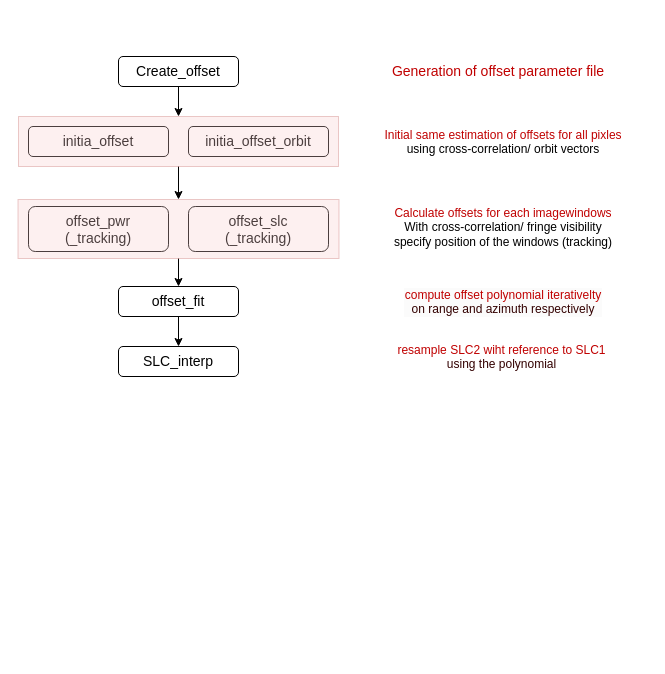
Earlier version of the draw.io diagram FlowChart/ISP_coregistration.drawio (LX850569127/DrawIO). Source tidied: cells renumbered, new cells numbered last; positions are measured from the earlier drawing's top-left corner, leaving out a move shared by most shapes. Both pictures are drawn from the tidied source at 100%, with x=0, y=0 at pixel (18, 56).
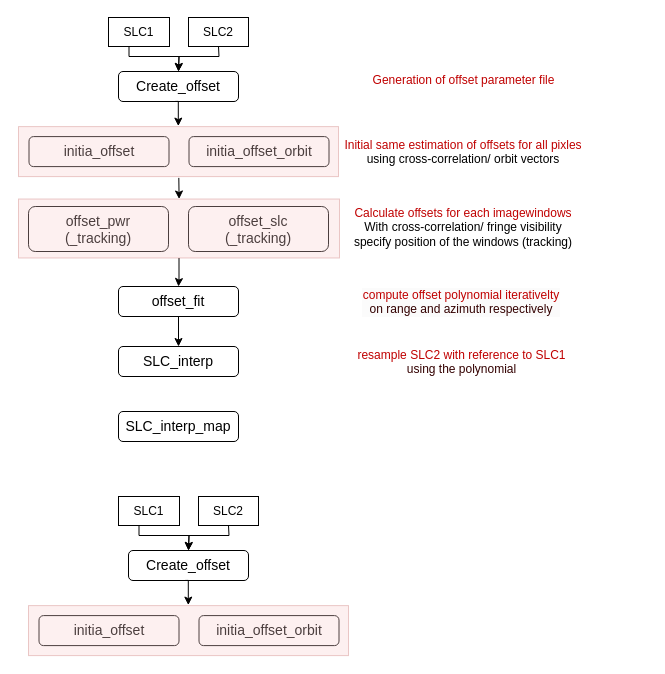
The same page after the edit.

Diff of the diagram source:
```diff
@@
-    <mxCell id="2" style="edgeStyle=orthogonalEdgeStyle;rounded=0;jettySize=auto;html=1;fontSize=14;" parent="1" edge="1" source="3" target="9">
-      <mxGeometry relative="1" as="geometry" />
-    </mxCell>
     <mxCell id="3" value="&lt;font style=&quot;font-size: 14px;&quot;&gt;Create_offset&lt;/font&gt;" style="rounded=1;whiteSpace=wrap;html=1;fontSize=14;" parent="1" vertex="1">
-      <mxGeometry x="100" width="120" height="30" as="geometry" />
+      <mxGeometry x="100" y="15" width="120" height="30" as="geometry" />
     </mxCell>
     <mxCell id="4" value="&lt;span style=&quot;font-size: 14px;&quot;&gt;initia_offset&lt;/span&gt;" style="rounded=1;whiteSpace=wrap;html=1;fontSize=14;" parent="1" vertex="1">
-      <mxGeometry x="10" y="70" width="140" height="30" as="geometry" />
+      <mxGeometry x="10.5" y="80.1" width="140" height="30" as="geometry" />
     </mxCell>
@@
     <mxCell id="6" value="&lt;span style=&quot;font-size: 14px;&quot;&gt;initia_offset_orbit&lt;/span&gt;" style="rounded=1;whiteSpace=wrap;html=1;fontSize=14;" parent="1" vertex="1">
-      <mxGeometry x="170" y="70" width="140" height="30" as="geometry" />
+      <mxGeometry x="170.5" y="80.1" width="140" height="30" as="geometry" />
     </mxCell>
@@
-    <mxCell id="8" style="edgeStyle=orthogonalEdgeStyle;rounded=0;jettySize=auto;html=1;" parent="1" edge="1" source="9" target="11">
-      <mxGeometry relative="1" as="geometry" />
-    </mxCell>
     <mxCell id="9" style="rounded=0;whiteSpace=wrap;html=1;fillColor=#f8cecc;strokeColor=#b85450;opacity=30;fontSize=14;" parent="1" vertex="1">
-      <mxGeometry y="60" width="320" height="50" as="geometry" />
+      <mxGeometry y="70.1" width="320" height="50" as="geometry" />
     </mxCell>
@@
     <mxCell id="11" style="rounded=0;whiteSpace=wrap;html=1;fillColor=#f8cecc;strokeColor=#b85450;opacity=30;fontSize=14;" parent="1" vertex="1">
-      <mxGeometry x="-0.5" y="143" width="321" height="59" as="geometry" />
+      <mxGeometry y="142.5" width="321" height="59" as="geometry" />
     </mxCell>
@@
-    <mxCell id="14" value="&lt;p style=&quot;language:en-CH;margin-top:0pt;margin-bottom:0pt;margin-left:0in;&lt;br/&gt;text-align:left;direction:ltr;unicode-bidi:embed;mso-line-break-override:none;&lt;br/&gt;word-break:normal;punctuation-wrap:hanging&quot;&gt;&lt;span style=&quot;color: rgb(192, 0, 0); font-weight: normal; font-style: normal; vertical-align: baseline;&quot;&gt;&lt;font style=&quot;font-size: 14px;&quot;&gt;Generation of offset parameter file&lt;/font&gt;&lt;/span&gt;&lt;/p&gt;" style="text;whiteSpace=wrap;html=1;align=center;" parent="1" vertex="1">
-      <mxGeometry x="330" width="300" height="30" as="geometry" />
+    <mxCell id="14" value="&lt;p style=&quot;language:en-CH;margin-top:0pt;margin-bottom:0pt;margin-left:0in;&lt;br/&gt;text-align:left;direction:ltr;unicode-bidi:embed;mso-line-break-override:none;&lt;br/&gt;word-break:normal;punctuation-wrap:hanging&quot;&gt;&lt;span style=&quot;color: rgb(192, 0, 0); font-weight: normal; font-style: normal; vertical-align: baseline;&quot;&gt;&lt;font style=&quot;font-size: 12px;&quot;&gt;Generation of offset parameter file&lt;/font&gt;&lt;/span&gt;&lt;/p&gt;" style="text;whiteSpace=wrap;html=1;align=center;" parent="1" vertex="1">
+      <mxGeometry x="334.5" y="10" width="221" height="30" as="geometry" />
     </mxCell>
     <mxCell id="15" value="&lt;p style=&quot;margin-top: 0pt; margin-bottom: 0pt; margin-left: 0in; direction: ltr; unicode-bidi: embed; word-break: normal;&quot;&gt;&lt;font face=&quot;Helvetica&quot; style=&quot;font-size: 12px;&quot;&gt;&lt;font color=&quot;#c00000&quot;&gt;Initial same estimation of offsets for all pixles&lt;/font&gt;&lt;br&gt;&lt;/font&gt;&lt;/p&gt;&lt;p style=&quot;margin-top: 0pt; margin-bottom: 0pt; margin-left: 0in; direction: ltr; unicode-bidi: embed; word-break: normal;&quot;&gt;&lt;span style=&quot;color: black;&quot;&gt;&lt;font face=&quot;V_lDkOHhxB9C8dfyVclu&quot; style=&quot;font-size: 12px;&quot;&gt;using cross-correlation/ orbit vectors &lt;/font&gt;&lt;/span&gt;&lt;/p&gt;" style="text;whiteSpace=wrap;html=1;align=center;" parent="1" vertex="1">
-      <mxGeometry x="340" y="65" width="290" height="40" as="geometry" />
+      <mxGeometry x="300" y="75" width="290" height="40" as="geometry" />
     </mxCell>
     <mxCell id="16" value="&lt;p style=&quot;margin-top: 0pt; margin-bottom: 0pt; margin-left: 0in; direction: ltr; unicode-bidi: embed; word-break: normal;&quot;&gt;&lt;span style=&quot;color: rgb(192, 0, 0);&quot;&gt;&lt;font style=&quot;font-size: 12px;&quot;&gt;Calculate offsets for each imagewindows &lt;/font&gt;&lt;/span&gt;&lt;/p&gt;&lt;p style=&quot;margin-top: 0pt; margin-bottom: 0pt; margin-left: 0in; direction: ltr; unicode-bidi: embed; word-break: normal;&quot;&gt;&lt;span style=&quot;color: black;&quot;&gt;&lt;font style=&quot;font-size: 12px;&quot;&gt;With cross-correlation/ fringe visibility&lt;/font&gt;&lt;/span&gt;&lt;/p&gt;&lt;p style=&quot;margin-top: 0pt; margin-bottom: 0pt; margin-left: 0in; direction: ltr; unicode-bidi: embed; word-break: normal;&quot;&gt;&lt;font face=&quot;Helvetica&quot; style=&quot;font-size: 12px;&quot;&gt;&lt;span style=&quot;color: black;&quot;&gt;specify position of the &lt;/span&gt;windows (tracking)&lt;/font&gt;&lt;/p&gt;" style="text;whiteSpace=wrap;html=1;align=center;" parent="1" vertex="1">
-      <mxGeometry x="340" y="142.5" width="290" height="60" as="geometry" />
+      <mxGeometry x="300" y="142.5" width="290" height="60" as="geometry" />
     </mxCell>
     <mxCell id="17" value="&lt;p style=&quot;forced-color-adjust: none; font-family: Helvetica; font-size: 12px; font-style: normal; font-variant-ligatures: normal; font-variant-caps: normal; font-weight: 400; letter-spacing: normal; orphans: 2; text-indent: 0px; text-transform: none; widows: 2; word-spacing: 0px; -webkit-text-stroke-width: 0px; white-space: normal; background-color: rgb(251, 251, 251); text-decoration-thickness: initial; text-decoration-style: initial; text-decoration-color: initial; margin-top: 0pt; margin-bottom: 0pt; margin-left: 0in; direction: ltr; unicode-bidi: embed; word-break: normal;&quot;&gt;&lt;font color=&quot;#c00000&quot;&gt;compute offset polynomial iterativelty &lt;/font&gt;&lt;font color=&quot;#330000&quot;&gt;on range and azimuth respectively&lt;/font&gt;&lt;/p&gt;" style="text;whiteSpace=wrap;html=1;align=center;" parent="1" vertex="1">
-      <mxGeometry x="385" y="225" width="200" height="40" as="geometry" />
+      <mxGeometry x="342.5" y="225" width="200" height="40" as="geometry" />
     </mxCell>
@@
-    <mxCell id="19" value="&lt;div style=&quot;text-align: center;&quot;&gt;&lt;font color=&quot;#c00000&quot;&gt;resample SLC2 wiht reference to SLC1 &lt;/font&gt;&lt;font color=&quot;#330000&quot;&gt;using the polynomial&lt;/font&gt;&lt;/div&gt;" style="text;whiteSpace=wrap;html=1;" parent="1" vertex="1">
-      <mxGeometry x="365" y="280" width="235" height="40" as="geometry" />
+    <mxCell id="19" value="&lt;div style=&quot;text-align: center;&quot;&gt;&lt;font color=&quot;#c00000&quot;&gt;resample SLC2 with reference to SLC1 &lt;/font&gt;&lt;font color=&quot;#330000&quot;&gt;using the polynomial&lt;/font&gt;&lt;/div&gt;" style="text;whiteSpace=wrap;html=1;" parent="1" vertex="1">
+      <mxGeometry x="325" y="285" width="235" height="40" as="geometry" />
     </mxCell>
+    <mxCell id="20" value="SLC_interp_map" style="rounded=1;whiteSpace=wrap;html=1;fontSize=14;" parent="1" vertex="1">
+      <mxGeometry x="100" y="355" width="120" height="30" as="geometry" />
+    </mxCell>
+    <mxCell id="21" value="SLC1" style="rounded=0;whiteSpace=wrap;html=1;" parent="1" vertex="1">
+      <mxGeometry x="90" y="-39" width="61" height="29" as="geometry" />
+    </mxCell>
+    <mxCell id="22" value="SLC2" style="rounded=0;whiteSpace=wrap;html=1;" parent="1" vertex="1">
+      <mxGeometry x="170" y="-39" width="60" height="29" as="geometry" />
+    </mxCell>
+    <mxCell id="23" style="endArrow=classic;html=1;rounded=0;entryX=0.5;entryY=0;entryDx=0;entryDy=0;" parent="1" edge="1" target="3">
+      <mxGeometry relative="1" as="geometry">
+        <mxPoint x="110.5" y="-10" as="sourcePoint" />
+        <Array as="points">
+          <mxPoint x="110.5" />
+          <mxPoint x="160.5" />
+        </Array>
+      </mxGeometry>
+    </mxCell>
+    <mxCell id="24" style="endArrow=classic;html=1;rounded=0;entryX=0.5;entryY=0;entryDx=0;entryDy=0;exitX=0.5;exitY=1;exitDx=0;exitDy=0;" parent="1" edge="1" source="22" target="3">
+      <mxGeometry relative="1" as="geometry">
+        <Array as="points">
+          <mxPoint x="200.5" />
+          <mxPoint x="160.5" />
+        </Array>
+      </mxGeometry>
+    </mxCell>
+    <mxCell id="25" style="edgeStyle=orthogonalEdgeStyle;rounded=0;jettySize=auto;html=1;exitX=0.471;exitY=0.998;exitDx=0;exitDy=0;exitPerimeter=0;entryX=0.487;entryY=-0.01;entryDx=0;entryDy=0;entryPerimeter=0;" parent="1" edge="1" source="3">
+      <mxGeometry relative="1" as="geometry">
+        <mxPoint x="159.8" y="69.6" as="targetPoint" />
+      </mxGeometry>
+    </mxCell>
+    <mxCell id="26" style="edgeStyle=orthogonalEdgeStyle;rounded=0;jettySize=auto;html=1;exitX=0.501;exitY=1.026;exitDx=0;exitDy=0;exitPerimeter=0;entryX=0.5;entryY=0;entryDx=0;entryDy=0;" parent="1" edge="1" source="9">
+      <mxGeometry relative="1" as="geometry">
+        <mxPoint x="160.6" y="142.5" as="targetPoint" />
+      </mxGeometry>
+    </mxCell>
+    <mxCell id="27" value="&lt;font style=&quot;font-size: 14px;&quot;&gt;Create_offset&lt;/font&gt;" style="rounded=1;whiteSpace=wrap;html=1;fontSize=14;" parent="1" vertex="1">
+      <mxGeometry x="110" y="494" width="120" height="30" as="geometry" />
+    </mxCell>
+    <mxCell id="28" value="&lt;span style=&quot;font-size: 14px;&quot;&gt;initia_offset&lt;/span&gt;" style="rounded=1;whiteSpace=wrap;html=1;fontSize=14;" parent="1" vertex="1">
+      <mxGeometry x="20.5" y="559.1" width="140" height="30" as="geometry" />
+    </mxCell>
+    <mxCell id="29" value="&lt;span style=&quot;font-size: 14px;&quot;&gt;initia_offset_orbit&lt;/span&gt;" style="rounded=1;whiteSpace=wrap;html=1;fontSize=14;" parent="1" vertex="1">
+      <mxGeometry x="180.5" y="559.1" width="140" height="30" as="geometry" />
+    </mxCell>
+    <mxCell id="30" style="rounded=0;whiteSpace=wrap;html=1;fillColor=#f8cecc;strokeColor=#b85450;opacity=30;fontSize=14;" parent="1" vertex="1">
+      <mxGeometry x="10" y="549.1" width="320" height="50" as="geometry" />
+    </mxCell>
+    <mxCell id="31" value="SLC1" style="rounded=0;whiteSpace=wrap;html=1;" parent="1" vertex="1">
+      <mxGeometry x="100" y="440" width="61" height="29" as="geometry" />
+    </mxCell>
+    <mxCell id="32" value="SLC2" style="rounded=0;whiteSpace=wrap;html=1;" parent="1" vertex="1">
+      <mxGeometry x="180" y="440" width="60" height="29" as="geometry" />
+    </mxCell>
+    <mxCell id="33" style="endArrow=classic;html=1;rounded=0;entryX=0.5;entryY=0;entryDx=0;entryDy=0;" parent="1" edge="1" target="27">
+      <mxGeometry relative="1" as="geometry">
+        <mxPoint x="120.5" y="469" as="sourcePoint" />
+        <Array as="points">
+          <mxPoint x="120.5" y="479" />
+          <mxPoint x="170.5" y="479" />
+        </Array>
+      </mxGeometry>
+    </mxCell>
+    <mxCell id="34" style="endArrow=classic;html=1;rounded=0;entryX=0.5;entryY=0;entryDx=0;entryDy=0;exitX=0.5;exitY=1;exitDx=0;exitDy=0;" parent="1" edge="1" source="32" target="27">
+      <mxGeometry relative="1" as="geometry">
+        <Array as="points">
+          <mxPoint x="210.5" y="479" />
+          <mxPoint x="170.5" y="479" />
+        </Array>
+      </mxGeometry>
+    </mxCell>
+    <mxCell id="35" style="edgeStyle=orthogonalEdgeStyle;rounded=0;jettySize=auto;html=1;exitX=0.471;exitY=0.998;exitDx=0;exitDy=0;exitPerimeter=0;entryX=0.487;entryY=-0.01;entryDx=0;entryDy=0;entryPerimeter=0;" parent="1" edge="1" source="27">
+      <mxGeometry relative="1" as="geometry">
+        <mxPoint x="169.8" y="548.6" as="targetPoint" />
+      </mxGeometry>
+    </mxCell>
```
